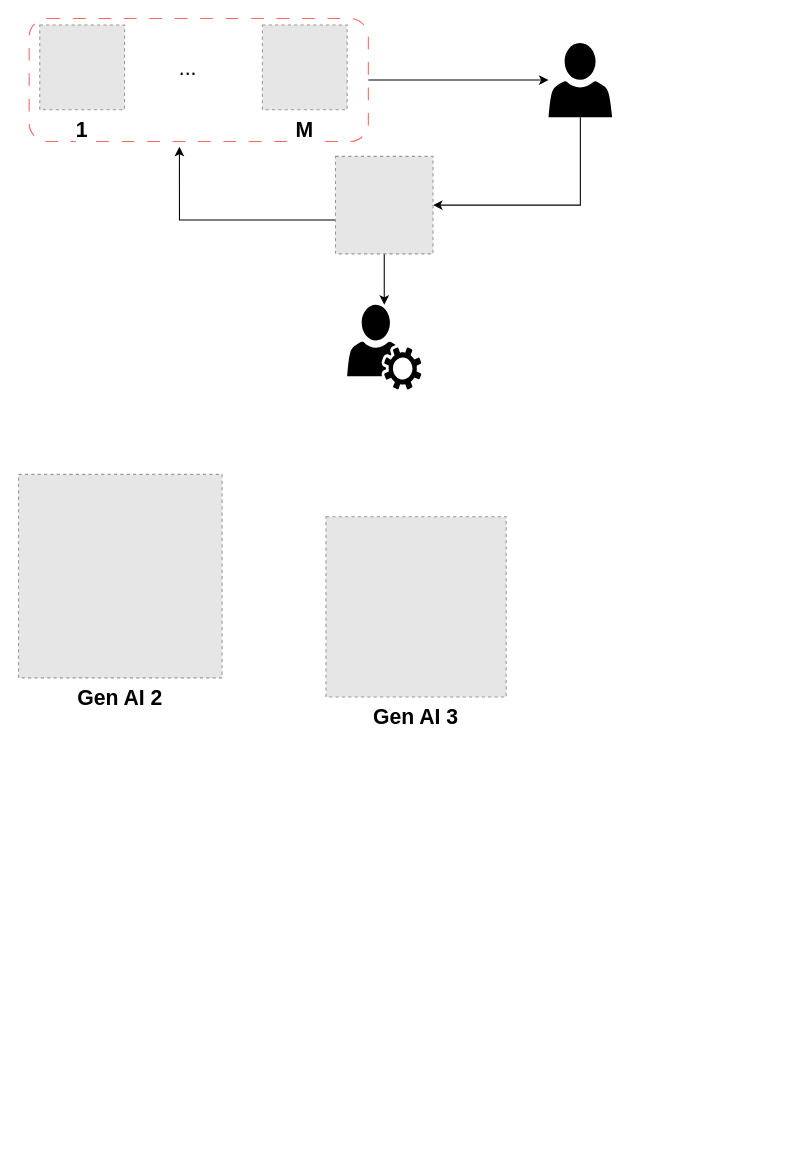
The draw.io diagram page "Scenarios" (9 of 9) of WinWorkFlow.drawio in MajidGitHubRepos/AllDiagrams, before the edit. Source tidied: cells renumbered, new cells numbered last; positions are measured from the earlier drawing's top-left corner, leaving out a move shared by most shapes. Both pictures are drawn from the tidied source at 106%, with x=0, y=0 at pixel (18, 18). Pictures stored in the file or linked from it are replaced by grey dashed boxes.
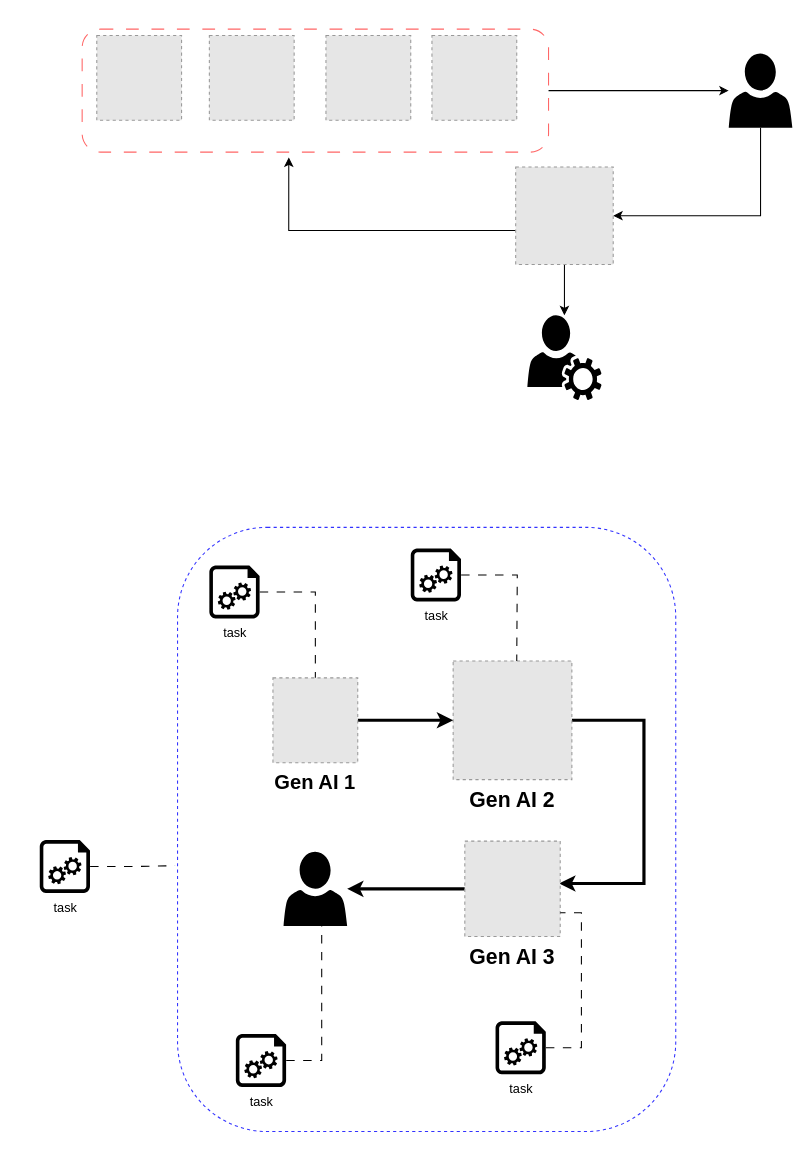
After the change.

Diff of the diagram source:
```diff
@@
+    <mxCell id="16" style="edgeStyle=orthogonalEdgeStyle;rounded=0;jettySize=auto;html=1;strokeWidth=3;" parent="1" edge="1" source="2">
+      <mxGeometry relative="1" as="geometry">
+        <mxPoint x="510" y="816" as="targetPoint" />
+        <Array as="points">
+          <mxPoint x="590" y="662" />
+          <mxPoint x="590" y="816" />
+          <mxPoint x="511" y="816" />
+        </Array>
+      </mxGeometry>
+    </mxCell>
     <mxCell id="2" value="Gen AI 2" style="fillColor=#E6E6E6;strokeColor=#999999;dashed=1;verticalLabelPosition=bottom;labelBackgroundColor=default;verticalAlign=top;fontSize=20;fontStyle=1;" parent="1" vertex="1">
-      <mxGeometry y="430" width="192" height="192" as="geometry" />
+      <mxGeometry x="410" y="606" width="112" height="112" as="geometry" />
     </mxCell>
+    <mxCell id="17" style="edgeStyle=orthogonalEdgeStyle;rounded=0;jettySize=auto;html=1;strokeWidth=3;" parent="1" edge="1" source="3" target="23">
+      <mxGeometry relative="1" as="geometry" />
+    </mxCell>
     <mxCell id="3" value="Gen AI 3" style="fillColor=#E6E6E6;strokeColor=#999999;dashed=1;verticalLabelPosition=bottom;labelBackgroundColor=default;verticalAlign=top;fontSize=20;fontStyle=1;" parent="1" vertex="1">
-      <mxGeometry x="290" y="470" width="170" height="170" as="geometry" />
+      <mxGeometry x="421" y="776" width="90" height="90" as="geometry" />
     </mxCell>
     <mxCell id="4" style="group;dashed=1;dashPattern=8 8;" parent="1" vertex="1">
-      <mxGeometry x="10" width="320" height="116" as="geometry" />
+      <mxGeometry x="60" y="10" width="440" height="116" as="geometry" />
     </mxCell>
     <mxCell id="5" style="rounded=1;whiteSpace=wrap;html=1;fillColor=none;dashed=1;dashPattern=12 12;strokeWidth=1;strokeColor=#FF6666;" parent="4" vertex="1">
-      <mxGeometry width="320" height="116" as="geometry" />
+      <mxGeometry width="440" height="116" as="geometry" />
     </mxCell>
-    <mxCell id="6" value="1" style="fillColor=#E6E6E6;strokeColor=#999999;dashed=1;verticalLabelPosition=bottom;labelBackgroundColor=default;verticalAlign=top;fontStyle=1;fontSize=20;" parent="4" vertex="1">
-      <mxGeometry x="10" y="6" width="80" height="80" as="geometry" />
+    <mxCell id="6" style="fillColor=#E6E6E6;strokeColor=#999999;dashed=1;verticalLabelPosition=bottom;labelBackgroundColor=default;verticalAlign=top;fontStyle=1;fontSize=20;" parent="4" vertex="1">
+      <mxGeometry x="13.8" y="6" width="80" height="80" as="geometry" />
     </mxCell>
-    <mxCell id="7" value="M" style="fillColor=#E6E6E6;strokeColor=#999999;dashed=1;verticalLabelPosition=bottom;labelBackgroundColor=default;verticalAlign=top;fontStyle=1;fontSize=20;" parent="4" vertex="1">
-      <mxGeometry x="220" y="6" width="80" height="80" as="geometry" />
-    </mxCell>
-    <mxCell id="8" value="&lt;font style=&quot;font-size: 20px;&quot;&gt;...&lt;/font&gt;" style="text;html=1;strokeColor=none;fillColor=none;align=center;verticalAlign=middle;whiteSpace=wrap;rounded=0;" parent="4" vertex="1">
-      <mxGeometry x="120" y="31" width="60" height="30" as="geometry" />
-    </mxCell>
+    <mxCell id="18" style="fillColor=#E6E6E6;strokeColor=#999999;dashed=1;verticalLabelPosition=bottom;labelBackgroundColor=default;verticalAlign=top;fontStyle=1;fontSize=20;" parent="4" vertex="1">
+      <mxGeometry x="120" y="6" width="80" height="80" as="geometry" />
+    </mxCell>
+    <mxCell id="19" style="fillColor=#E6E6E6;strokeColor=#999999;dashed=1;verticalLabelPosition=bottom;labelBackgroundColor=default;verticalAlign=top;fontStyle=1;fontSize=20;" parent="4" vertex="1">
+      <mxGeometry x="230" y="6" width="80" height="80" as="geometry" />
+    </mxCell>
+    <mxCell id="20" style="fillColor=#E6E6E6;strokeColor=#999999;dashed=1;verticalLabelPosition=bottom;labelBackgroundColor=default;verticalAlign=top;fontStyle=1;fontSize=20;" parent="4" vertex="1">
+      <mxGeometry x="330" y="6" width="80" height="80" as="geometry" />
+    </mxCell>
     <mxCell id="9" style="edgeStyle=orthogonalEdgeStyle;rounded=0;jettySize=auto;html=1;entryX=0.443;entryY=1.043;entryDx=0;entryDy=0;entryPerimeter=0;" parent="1" edge="1" source="15" target="5">
       <mxGeometry relative="1" as="geometry">
         <Array as="points">
-          <mxPoint x="152" y="190" />
+          <mxPoint x="255" y="200" />
         </Array>
       </mxGeometry>
     </mxCell>
     <mxCell id="10" style="sketch=0;shadow=0;dashed=0;html=1;strokeColor=none;fillColor=#000000;labelPosition=center;verticalLabelPosition=bottom;verticalAlign=top;outlineConnect=0;align=center;shape=mxgraph.office.users.user;" parent="1" vertex="1">
-      <mxGeometry x="500" y="23" width="60" height="70" as="geometry" />
+      <mxGeometry x="670" y="33" width="60" height="70" as="geometry" />
     </mxCell>
@@
     <mxCell id="12" style="sketch=0;shadow=0;dashed=0;html=1;strokeColor=none;fillColor=#000000;labelPosition=center;verticalLabelPosition=bottom;verticalAlign=top;outlineConnect=0;align=center;shape=mxgraph.office.services.user_services;" parent="1" vertex="1">
-      <mxGeometry x="310" y="270" width="70" height="80" as="geometry" />
+      <mxGeometry x="480" y="280" width="70" height="80" as="geometry" />
     </mxCell>
     <mxCell id="13" style="edgeStyle=orthogonalEdgeStyle;rounded=0;jettySize=auto;html=1;entryX=1;entryY=0.5;entryDx=0;entryDy=0;" parent="1" edge="1" source="10" target="15">
       <mxGeometry relative="1" as="geometry">
         <Array as="points">
-          <mxPoint x="530" y="176" />
+          <mxPoint x="700" y="186" />
         </Array>
       </mxGeometry>
     </mxCell>
@@
     <mxCell id="15" style="fillColor=#E6E6E6;strokeColor=#999999;dashed=1;verticalLabelPosition=bottom;labelBackgroundColor=default;verticalAlign=top;" parent="1" vertex="1">
-      <mxGeometry x="299" y="130" width="92" height="92" as="geometry" />
+      <mxGeometry x="469" y="140" width="92" height="92" as="geometry" />
     </mxCell>
+    <mxCell id="21" style="edgeStyle=orthogonalEdgeStyle;rounded=0;jettySize=auto;html=1;strokeWidth=3;" parent="1" edge="1" source="22" target="2">
+      <mxGeometry relative="1" as="geometry" />
+    </mxCell>
+    <mxCell id="22" value="Gen AI 1" style="fillColor=#E6E6E6;strokeColor=#999999;dashed=1;verticalLabelPosition=bottom;labelBackgroundColor=default;verticalAlign=top;fontStyle=1;fontSize=19;" parent="1" vertex="1">
+      <mxGeometry x="240" y="622" width="80" height="80" as="geometry" />
+    </mxCell>
+    <mxCell id="23" style="sketch=0;shadow=0;dashed=0;html=1;strokeColor=none;fillColor=#000000;labelPosition=center;verticalLabelPosition=bottom;verticalAlign=top;outlineConnect=0;align=center;shape=mxgraph.office.users.user;" parent="1" vertex="1">
+      <mxGeometry x="250" y="786" width="60" height="70" as="geometry" />
+    </mxCell>
+    <mxCell id="24" style="edgeStyle=orthogonalEdgeStyle;rounded=0;jettySize=auto;html=1;entryX=0.5;entryY=0;entryDx=0;entryDy=0;endArrow=none;endFill=0;dashed=1;dashPattern=8 8;" parent="1" edge="1" source="25" target="22">
+      <mxGeometry relative="1" as="geometry" />
+    </mxCell>
+    <mxCell id="25" value="task" style="verticalLabelPosition=bottom;html=1;verticalAlign=top;align=center;strokeColor=none;fillColor=#000000;shape=mxgraph.azure.startup_task;" parent="1" vertex="1">
+      <mxGeometry x="180" y="516" width="47.5" height="50" as="geometry" />
+    </mxCell>
+    <mxCell id="26" style="edgeStyle=orthogonalEdgeStyle;rounded=0;jettySize=auto;html=1;endArrow=none;endFill=0;dashed=1;dashPattern=8 8;" parent="1" edge="1" source="27">
+      <mxGeometry relative="1" as="geometry">
+        <mxPoint x="470" y="606" as="targetPoint" />
+      </mxGeometry>
+    </mxCell>
+    <mxCell id="27" value="task" style="verticalLabelPosition=bottom;html=1;verticalAlign=top;align=center;strokeColor=none;fillColor=#000000;shape=mxgraph.azure.startup_task;" parent="1" vertex="1">
+      <mxGeometry x="370" y="500" width="47.5" height="50" as="geometry" />
+    </mxCell>
+    <mxCell id="28" style="edgeStyle=orthogonalEdgeStyle;rounded=0;jettySize=auto;html=1;endArrow=none;endFill=0;dashed=1;dashPattern=8 8;entryX=1;entryY=0.75;entryDx=0;entryDy=0;" parent="1" edge="1" source="29" target="3">
+      <mxGeometry relative="1" as="geometry">
+        <Array as="points">
+          <mxPoint x="531" y="971" />
+          <mxPoint x="531" y="844" />
+        </Array>
+      </mxGeometry>
+    </mxCell>
+    <mxCell id="29" value="task" style="verticalLabelPosition=bottom;html=1;verticalAlign=top;align=center;strokeColor=none;fillColor=#000000;shape=mxgraph.azure.startup_task;" parent="1" vertex="1">
+      <mxGeometry x="450" y="946" width="47.5" height="50" as="geometry" />
+    </mxCell>
+    <mxCell id="30" style="edgeStyle=orthogonalEdgeStyle;rounded=0;jettySize=auto;html=1;endArrow=none;endFill=0;dashed=1;dashPattern=8 8;" parent="1" edge="1" source="31" target="23">
+      <mxGeometry relative="1" as="geometry">
+        <Array as="points">
+          <mxPoint x="286" y="983" />
+        </Array>
+      </mxGeometry>
+    </mxCell>
+    <mxCell id="31" value="task" style="verticalLabelPosition=bottom;html=1;verticalAlign=top;align=center;strokeColor=none;fillColor=#000000;shape=mxgraph.azure.startup_task;" parent="1" vertex="1">
+      <mxGeometry x="205" y="958" width="47.5" height="50" as="geometry" />
+    </mxCell>
+    <mxCell id="32" style="rounded=1;whiteSpace=wrap;html=1;fillColor=none;dashed=1;strokeColor=#3333FF;arcSize=18;" parent="1" vertex="1">
+      <mxGeometry x="150" y="480" width="470" height="570" as="geometry" />
+    </mxCell>
+    <mxCell id="33" style="edgeStyle=orthogonalEdgeStyle;rounded=0;jettySize=auto;html=1;entryX=-0.005;entryY=0.56;entryDx=0;entryDy=0;endArrow=none;endFill=0;dashed=1;dashPattern=8 8;entryPerimeter=0;" parent="1" edge="1" source="34" target="32">
+      <mxGeometry relative="1" as="geometry" />
+    </mxCell>
+    <mxCell id="34" value="task" style="verticalLabelPosition=bottom;html=1;verticalAlign=top;align=center;strokeColor=none;fillColor=#000000;shape=mxgraph.azure.startup_task;" parent="1" vertex="1">
+      <mxGeometry x="20" y="775" width="47.5" height="50" as="geometry" />
+    </mxCell>
```
